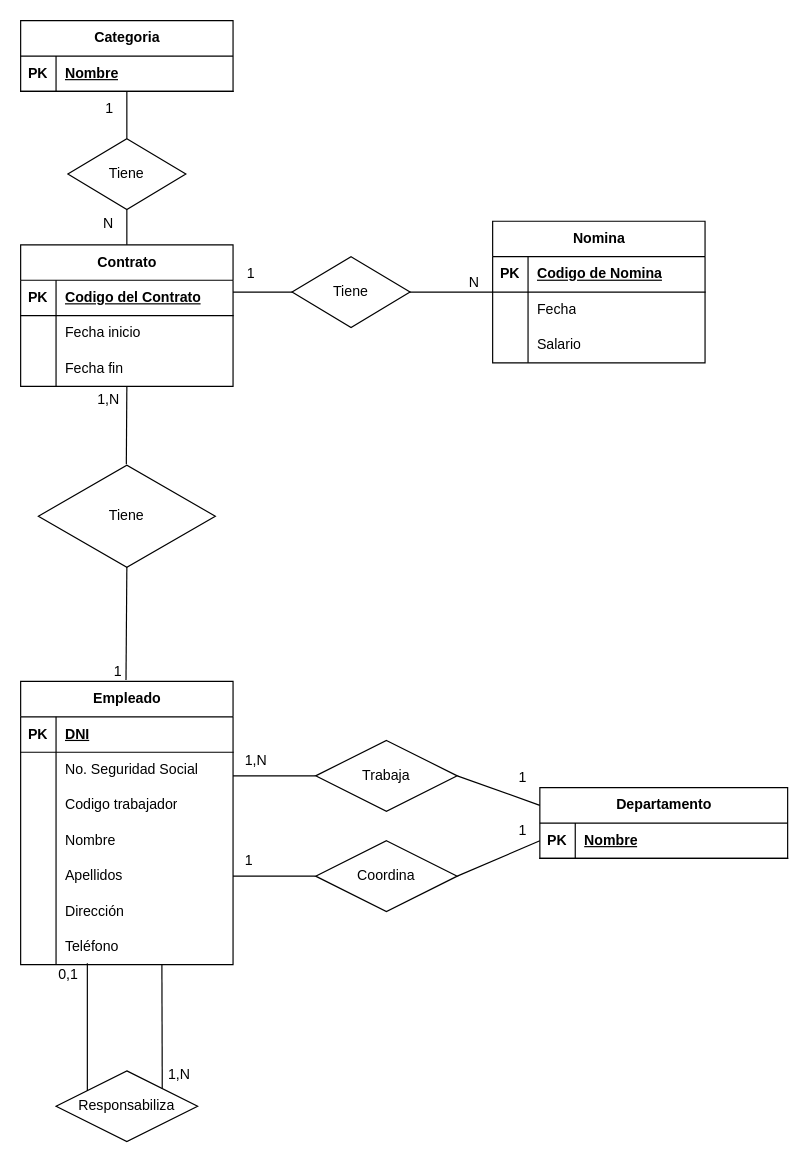
Above: Ejercicio_7_Organigrama.drawio in BasementHalfStackDev/ejercicios-ud12 (draw.io), before the change. Source tidied: cells renumbered, new cells numbered last; positions are measured from the earlier drawing's top-left corner, leaving out a move shared by most shapes. Both pictures are drawn from the tidied source at 118%, with x=0, y=0 at pixel (20, 20).
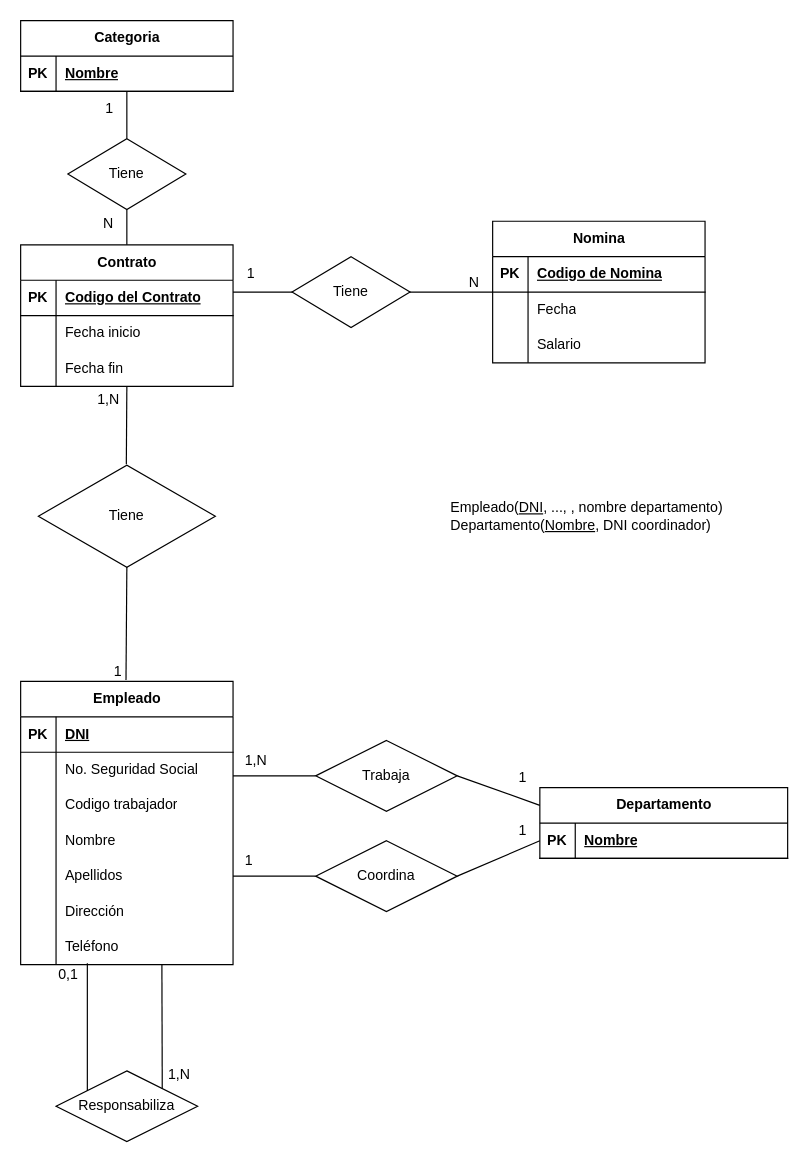
The same diagram, later.

Diff of the diagram source:
```diff
@@
+    <mxCell id="82" value="Empleado(&lt;u&gt;DNI&lt;/u&gt;, ..., , nombre departamento)&lt;br&gt;&lt;div style=&quot;text-align: left;&quot;&gt;Departamento(&lt;u&gt;Nombre&lt;/u&gt;, DNI coordinador)&lt;/div&gt;" style="text;html=1;strokeColor=none;fillColor=none;align=center;verticalAlign=middle;whiteSpace=wrap;rounded=0;" parent="1" vertex="1">
+      <mxGeometry x="360" y="405" width="240" height="30" as="geometry" />
+    </mxCell>
```
